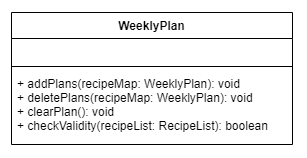
Above: docs/UML/WeeklyPlan/WeeklyPlanClassDiagram.png in nus-cs2113-AY2223S2/tp (draw.io), before the change. Source tidied: cells renumbered, new cells last; positions are measured from the earlier drawing's top-left corner, leaving out a move shared by most shapes. Its diagram source:
```xml
<mxGraphModel>
  <root>
    <mxCell id="0" />
    <mxCell id="1" parent="0" />
    <mxCell id="2" style="rounded=0;whiteSpace=wrap;html=1;strokeColor=none;" parent="1" vertex="1">
      <mxGeometry width="306" height="157" as="geometry" />
    </mxCell>
    <mxCell id="3" value="WeeklyPlan" style="swimlane;fontStyle=1;align=center;verticalAlign=top;horizontal=1;startSize=26;" parent="1" vertex="1">
      <mxGeometry x="11" y="12" width="281" height="132" as="geometry" />
    </mxCell>
    <mxCell id="4" value=" " style="text;strokeColor=none;fillColor=none;align=left;verticalAlign=top;spacingLeft=4;spacingRight=4;overflow=hidden;" parent="3" vertex="1">
      <mxGeometry y="26" width="281" height="24" as="geometry" />
    </mxCell>
    <mxCell id="5" style="line;strokeWidth=1;fillColor=none;align=left;verticalAlign=middle;spacingTop=-1;spacingLeft=3;spacingRight=3;labelPosition=right;strokeColor=inherit;" parent="3" vertex="1">
      <mxGeometry y="50" width="281" height="8" as="geometry" />
    </mxCell>
    <mxCell id="6" value="+ addPlans(recipeMap: WeeklyPlan): void&#10;+ deletePlans(recipeMap: WeeklyPlan): void&#10;+ clearPlan(): void&#10;+ checkValidity(recipeList: RecipeList): boolean" style="text;strokeColor=none;fillColor=none;align=left;verticalAlign=top;spacingLeft=4;spacingRight=4;overflow=hidden;" parent="3" vertex="1">
      <mxGeometry y="58" width="281" height="74" as="geometry" />
    </mxCell>
  </root>
</mxGraphModel>
```
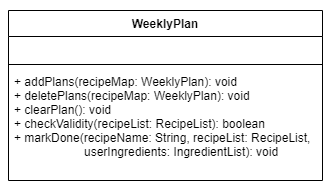
After the commit.

The edit, as a diff of the source:
```diff
@@ -2,20 +2,20 @@
   <root>
     <mxCell id="0" />
     <mxCell id="1" parent="0" />
-    <mxCell id="2" style="rounded=0;whiteSpace=wrap;html=1;strokeColor=none;" parent="1" vertex="1">
-      <mxGeometry width="306" height="157" as="geometry" />
-    </mxCell>
+    <mxCell id="7" style="rounded=0;whiteSpace=wrap;html=1;strokeColor=none;" parent="1" vertex="1">
+      <mxGeometry x="3" y="2" width="331" height="190" as="geometry" />
+    </mxCell>
     <mxCell id="3" value="WeeklyPlan" style="swimlane;fontStyle=1;align=center;verticalAlign=top;horizontal=1;startSize=26;" parent="1" vertex="1">
-      <mxGeometry x="11" y="12" width="281" height="132" as="geometry" />
+      <mxGeometry x="11" y="12" width="314" height="170" as="geometry" />
     </mxCell>
     <mxCell id="4" value=" " style="text;strokeColor=none;fillColor=none;align=left;verticalAlign=top;spacingLeft=4;spacingRight=4;overflow=hidden;" parent="3" vertex="1">
-      <mxGeometry y="26" width="281" height="24" as="geometry" />
+      <mxGeometry y="26" width="314" height="24" as="geometry" />
     </mxCell>
     <mxCell id="5" style="line;strokeWidth=1;fillColor=none;align=left;verticalAlign=middle;spacingTop=-1;spacingLeft=3;spacingRight=3;labelPosition=right;strokeColor=inherit;" parent="3" vertex="1">
-      <mxGeometry y="50" width="281" height="8" as="geometry" />
+      <mxGeometry y="50" width="314" height="8" as="geometry" />
     </mxCell>
-    <mxCell id="6" value="+ addPlans(recipeMap: WeeklyPlan): void&#10;+ deletePlans(recipeMap: WeeklyPlan): void&#10;+ clearPlan(): void&#10;+ checkValidity(recipeList: RecipeList): boolean" style="text;strokeColor=none;fillColor=none;align=left;verticalAlign=top;spacingLeft=4;spacingRight=4;overflow=hidden;" parent="3" vertex="1">
-      <mxGeometry y="58" width="281" height="74" as="geometry" />
+    <mxCell id="6" value="+ addPlans(recipeMap: WeeklyPlan): void&#10;+ deletePlans(recipeMap: WeeklyPlan): void&#10;+ clearPlan(): void&#10;+ checkValidity(recipeList: RecipeList): boolean&#10;+ markDone(recipeName: String, recipeList: RecipeList,&#10;                     userIngredients: IngredientList): void" style="text;strokeColor=none;fillColor=none;align=left;verticalAlign=top;spacingLeft=4;spacingRight=4;overflow=hidden;" parent="3" vertex="1">
+      <mxGeometry y="58" width="314" height="112" as="geometry" />
     </mxCell>
   </root>
 </mxGraphModel>
```
